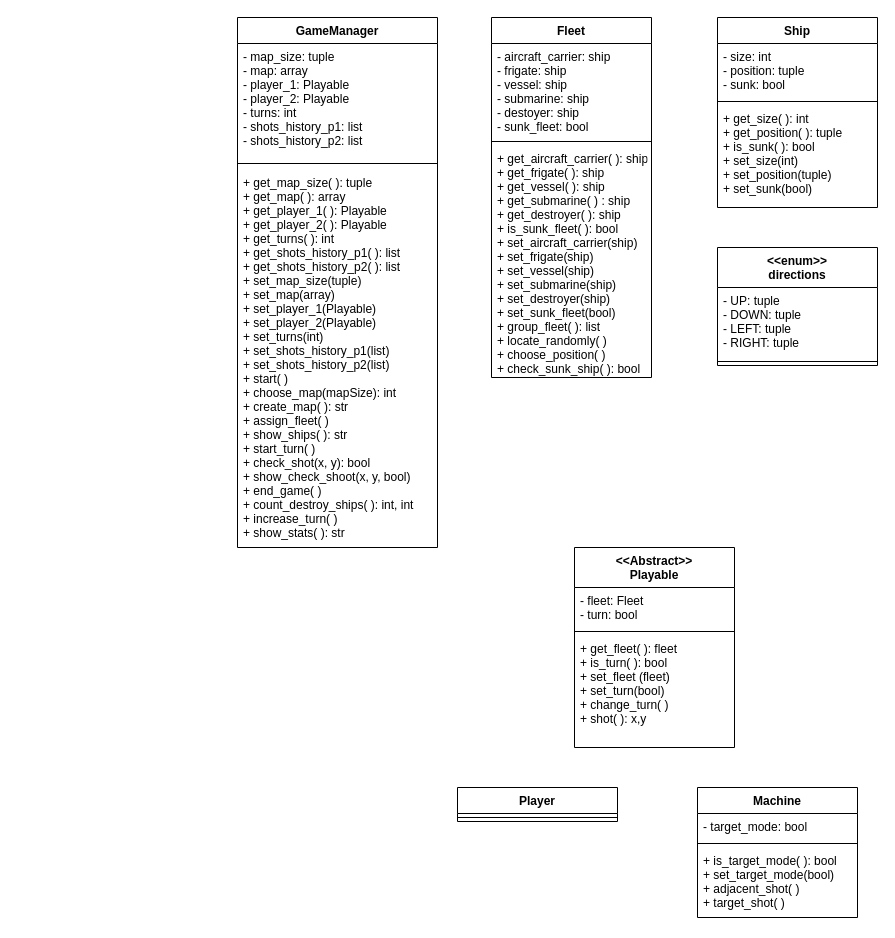
Earlier version of the draw.io diagram diagrama.drawio (AtodeKimeru/Barcos-y-pvtazos). Source tidied: cells renumbered, new cells numbered last; positions are measured from the earlier drawing's top-left corner, leaving out a move shared by most shapes. Both pictures are drawn from the tidied source at 100%, with x=0, y=0 at pixel (237, 17).
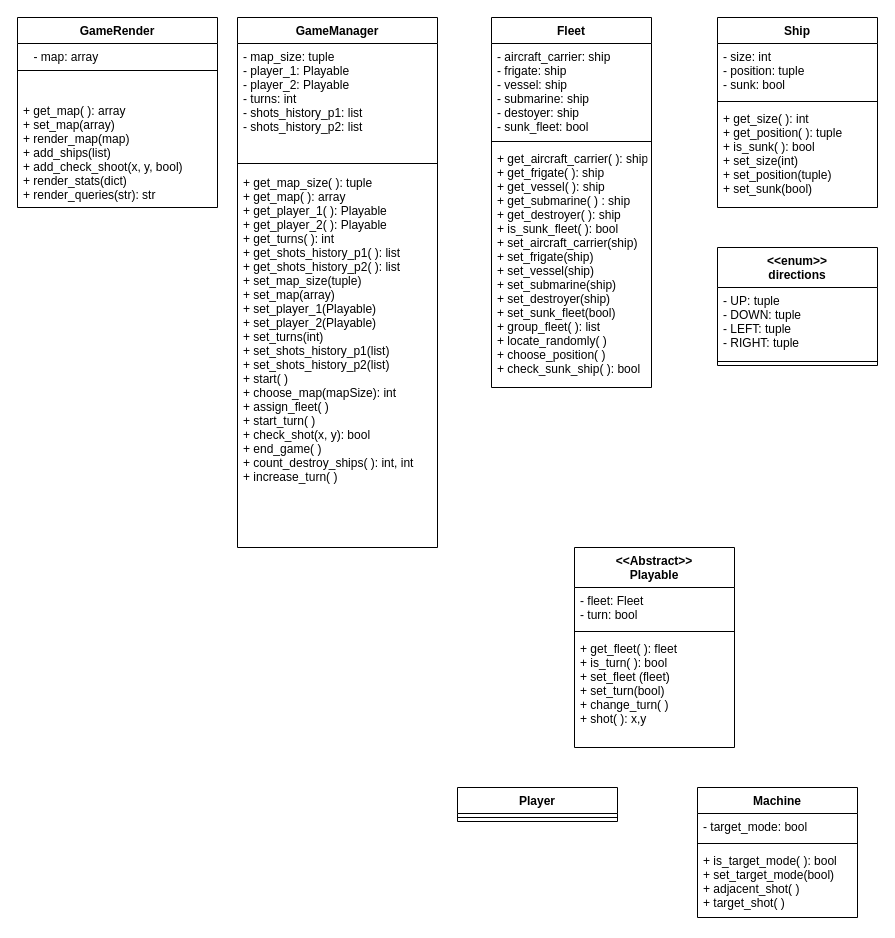
The same diagram, later.

Commit message:
add: GameRender class

- GameRender class added to the diagram

The change refers to these unchanged cells:
```xml
<mxCell id="2" value="GameManager" style="swimlane;fontStyle=1;align=center;verticalAlign=top;horizontal=1;startSize=26;" parent="1" vertex="1">
  <mxGeometry width="200" height="530" as="geometry" />
</mxCell>
```

The edit, as a diff of the source:
```diff
@@
-    <mxCell id="3" value="- map_size: tuple &#10;- map: array &#10;- player_1: Playable&#10;- player_2: Playable&#10;- turns: int&#10;- shots_history_p1: list&#10;- shots_history_p2: list&#10;&#10;&#10;" style="text;strokeColor=none;fillColor=none;align=left;verticalAlign=top;spacingLeft=4;spacingRight=4;overflow=hidden;" parent="2" vertex="1">
+    <mxCell id="3" value="- map_size: tuple &#10;- player_1: Playable&#10;- player_2: Playable&#10;- turns: int&#10;- shots_history_p1: list&#10;- shots_history_p2: list&#10;&#10;&#10;" style="text;strokeColor=none;fillColor=none;align=left;verticalAlign=top;spacingLeft=4;spacingRight=4;overflow=hidden;" parent="2" vertex="1">
       <mxGeometry y="26" width="200" height="114" as="geometry" />
     </mxCell>
@@
-    <mxCell id="5" value="+ get_map_size( ): tuple&#10;+ get_map( ): array&#10;+ get_player_1( ): Playable&#10;+ get_player_2( ): Playable&#10;+ get_turns( ): int&#10;+ get_shots_history_p1( ): list&#10;+ get_shots_history_p2( ): list&#10;+ set_map_size(tuple)&#10;+ set_map(array)&#10;+ set_player_1(Playable)&#10;+ set_player_2(Playable)&#10;+ set_turns(int)&#10;+ set_shots_history_p1(list)&#10;+ set_shots_history_p2(list)&#10;+ start( )&#10;+ choose_map(mapSize): int&#10;+ create_map( ): str&#10;+ assign_fleet( )&#10;+ show_ships( ): str&#10;+ start_turn( )&#10;+ check_shot(x, y): bool&#10;+ show_check_shoot(x, y, bool)&#10;+ end_game( )&#10;+ count_destroy_ships( ): int, int&#10;+ increase_turn( )&#10;+ show_stats( ): str&#10;&#10;&#10;" style="text;strokeColor=none;fillColor=none;align=left;verticalAlign=top;spacingLeft=4;spacingRight=4;overflow=hidden;" parent="2" vertex="1">
+    <mxCell id="5" value="+ get_map_size( ): tuple&#10;+ get_map( ): array&#10;+ get_player_1( ): Playable&#10;+ get_player_2( ): Playable&#10;+ get_turns( ): int&#10;+ get_shots_history_p1( ): list&#10;+ get_shots_history_p2( ): list&#10;+ set_map_size(tuple)&#10;+ set_map(array)&#10;+ set_player_1(Playable)&#10;+ set_player_2(Playable)&#10;+ set_turns(int)&#10;+ set_shots_history_p1(list)&#10;+ set_shots_history_p2(list)&#10;+ start( )&#10;+ choose_map(mapSize): int&#10;+ assign_fleet( )&#10;+ start_turn( )&#10;+ check_shot(x, y): bool&#10;+ end_game( )&#10;+ count_destroy_ships( ): int, int&#10;+ increase_turn( )&#10;&#10;" style="text;strokeColor=none;fillColor=none;align=left;verticalAlign=top;spacingLeft=4;spacingRight=4;overflow=hidden;" parent="2" vertex="1">
       <mxGeometry y="152" width="200" height="378" as="geometry" />
     </mxCell>
@@
     <mxCell id="8" value="Fleet" style="swimlane;fontStyle=1;align=center;verticalAlign=top;horizontal=1;startSize=26;" parent="1" vertex="1">
-      <mxGeometry x="254" width="160" height="360" as="geometry" />
+      <mxGeometry x="254" width="160" height="370" as="geometry" />
     </mxCell>
@@
     <mxCell id="11" value="+ get_aircraft_carrier( ): ship&#10;+ get_frigate( ): ship&#10;+ get_vessel( ): ship&#10;+ get_submarine( ) : ship&#10;+ get_destroyer( ): ship&#10;+ is_sunk_fleet( ): bool&#10;+ set_aircraft_carrier(ship)&#10;+ set_frigate(ship)&#10;+ set_vessel(ship)&#10;+ set_submarine(ship)&#10;+ set_destroyer(ship)&#10;+ set_sunk_fleet(bool)&#10;+ group_fleet( ): list&#10;+ locate_randomly( )&#10;+ choose_position( )&#10;+ check_sunk_ship( ): bool&#10;" style="text;strokeColor=none;fillColor=none;align=left;verticalAlign=top;spacingLeft=4;spacingRight=4;overflow=hidden;" parent="8" vertex="1">
-      <mxGeometry y="128" width="160" height="232" as="geometry" />
+      <mxGeometry y="128" width="160" height="242" as="geometry" />
     </mxCell>
@@
+    <mxCell id="27" value="GameRender" style="swimlane;fontStyle=1;align=center;verticalAlign=top;horizontal=1;startSize=26;" parent="1" vertex="1">
+      <mxGeometry x="-220" width="200" height="190" as="geometry" />
+    </mxCell>
+    <mxCell id="28" style="line;strokeWidth=1;fillColor=none;align=left;verticalAlign=middle;spacingTop=-1;spacingLeft=3;spacingRight=3;labelPosition=right;strokeColor=inherit;" parent="27" vertex="1">
+      <mxGeometry y="26" width="200" height="54" as="geometry" />
+    </mxCell>
+    <mxCell id="29" value="+ get_map( ): array&#10;+ set_map(array)&#10;+ render_map(map)&#10;+ add_ships(list)&#10;+ add_check_shoot(x, y, bool)&#10;+ render_stats(dict)&#10;+ render_queries(str): str&#10;&#10;&#10;" style="text;strokeColor=none;fillColor=none;align=left;verticalAlign=top;spacingLeft=4;spacingRight=4;overflow=hidden;" parent="27" vertex="1">
+      <mxGeometry y="80" width="200" height="110" as="geometry" />
+    </mxCell>
+    <mxCell id="30" value="&lt;span style=&quot;text-align: left;&quot;&gt;- map: array&amp;nbsp;&lt;/span&gt;" style="text;html=1;align=center;verticalAlign=middle;strokeColor=none;fillColor=none;" parent="1" vertex="1">
+      <mxGeometry x="-215" y="25" width="90" height="30" as="geometry" />
+    </mxCell>
```
